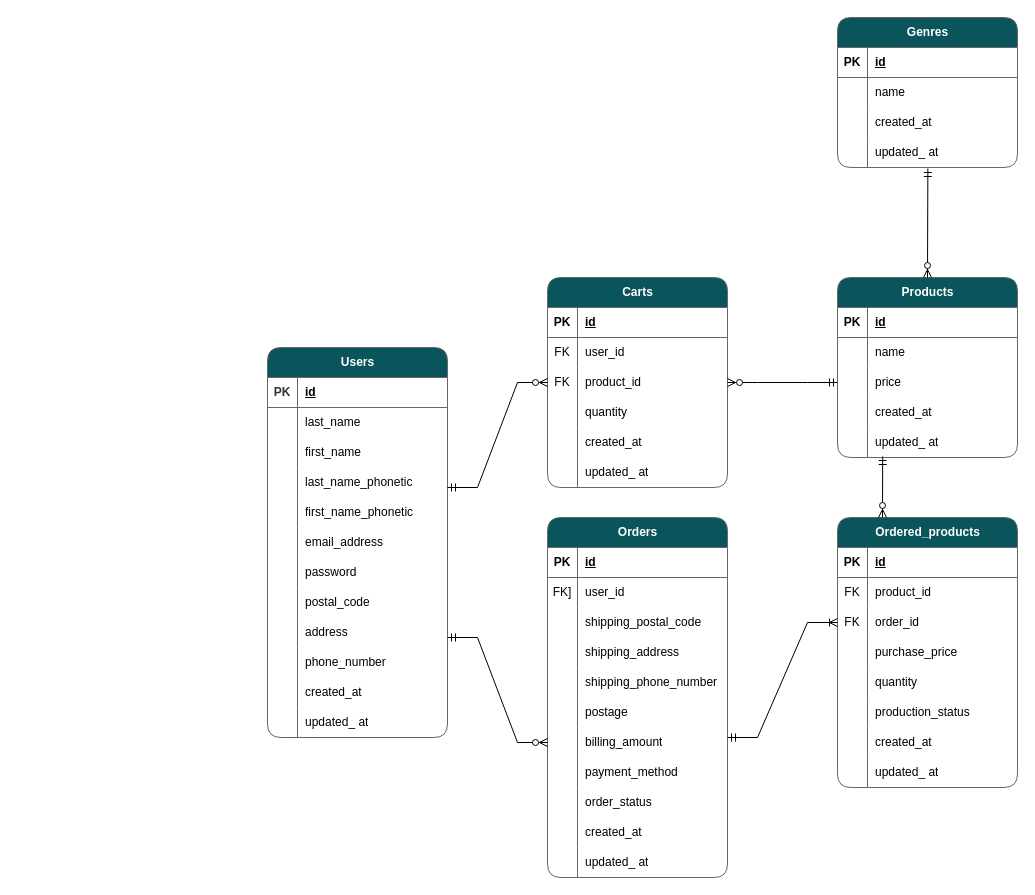
Before: Web_Project_ER図.drawio in shirohacha/Web_Project, a draw.io diagram. Source tidied: cells renumbered, new cells numbered last; positions are measured from the earlier drawing's top-left corner, leaving out a move shared by most shapes. Both pictures are drawn from the tidied source at 100%, with x=0, y=0 at pixel (267, 17).
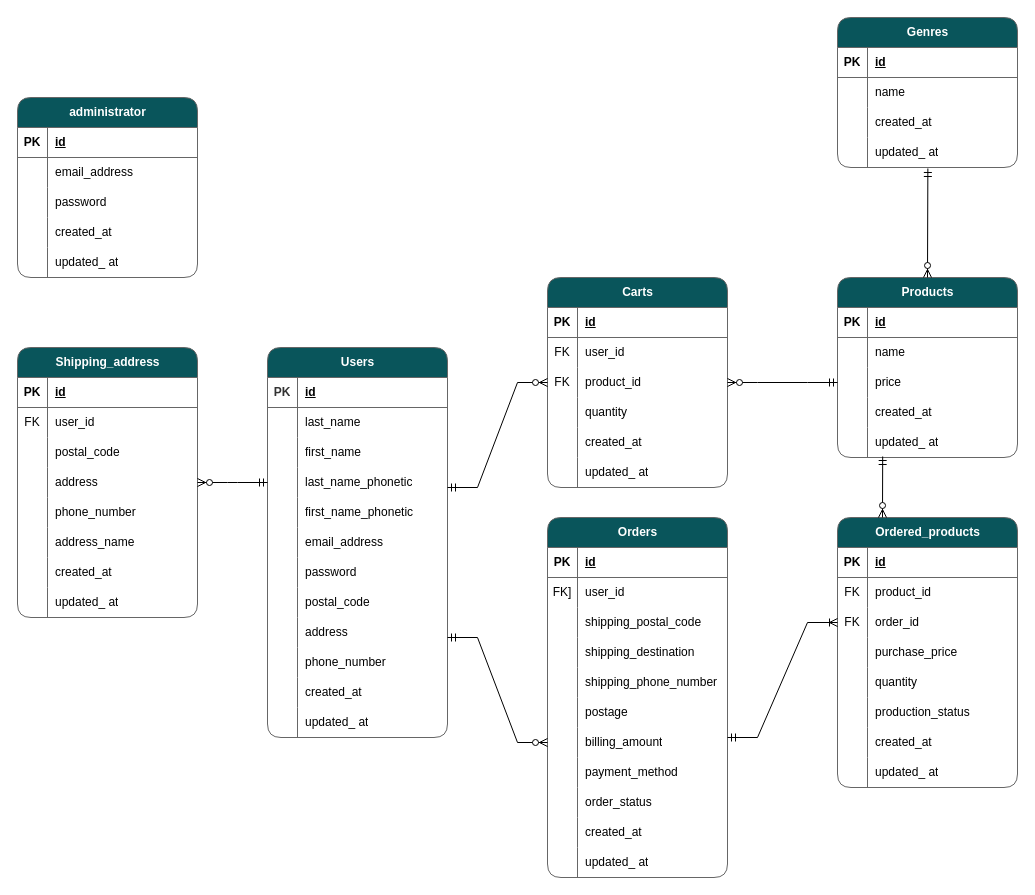
The same diagram, later.

Commit message (it also covers changes not shown here):
Web_Project_ER図.drawio を更新します

The change refers to these unchanged cells:
```xml
<mxCell id="12" style="shape=tableRow;horizontal=0;startSize=0;swimlaneHead=0;swimlaneBody=0;fillColor=none;points=[[0,0.5],[1,0.5]];portConstraint=eastwest;top=0;left=0;right=0;bottom=0;labelBackgroundColor=none;strokeColor=#666666;fontColor=#333333;swimlaneFillColor=#FFFFFF;" parent="2" vertex="1">
  <mxGeometry y="120" width="180" height="30" as="geometry" />
</mxCell>
<mxCell id="84" style="shape=tableRow;horizontal=0;startSize=0;swimlaneHead=0;swimlaneBody=0;fillColor=none;top=0;left=0;right=0;bottom=0;strokeColor=#666666;fontColor=#000000;" parent="74" vertex="1">
  <mxGeometry y="120" width="180" height="30" as="geometry" />
</mxCell>
```

The edit, as a diff of the source:
```diff
@@
-    <mxCell id="86" value="shipping_address" style="shape=partialRectangle;fillColor=none;top=0;left=0;bottom=0;right=0;align=left;spacingLeft=6;overflow=hidden;whiteSpace=wrap;html=1;strokeColor=#666666;fontColor=#000000;" parent="84" vertex="1">
+    <mxCell id="86" value="shipping_destination" style="shape=partialRectangle;fillColor=none;top=0;left=0;bottom=0;right=0;align=left;spacingLeft=6;overflow=hidden;whiteSpace=wrap;html=1;strokeColor=#666666;fontColor=#000000;" parent="84" vertex="1">
       <mxGeometry x="30" width="150" height="30" as="geometry" />
     </mxCell>
@@
+    <mxCell id="152" value="Shipping_address" style="shape=table;startSize=30;childLayout=tableLayout;rowLines=0;fontStyle=1;align=center;html=1;swimlaneFillColor=#FFFFFF;rounded=1;labelBackgroundColor=none;fillColor=#09555B;strokeColor=#666666;fontColor=#FFFFFF;" parent="1" vertex="1">
+      <mxGeometry x="-250" y="330" width="180" height="270" as="geometry" />
+    </mxCell>
+    <mxCell id="153" style="shape=tableRow;horizontal=0;startSize=0;swimlaneHead=0;swimlaneBody=0;fillColor=none;top=0;left=0;right=0;bottom=1;labelBackgroundColor=none;strokeColor=#666666;fontColor=#000000;swimlaneFillColor=#FFFFFF;" parent="152" vertex="1">
+      <mxGeometry y="30" width="180" height="30" as="geometry" />
+    </mxCell>
+    <mxCell id="154" value="PK" style="shape=partialRectangle;fillColor=none;top=0;left=0;bottom=0;right=0;fontStyle=1;overflow=hidden;whiteSpace=wrap;html=1;labelBackgroundColor=none;strokeColor=#666666;fontColor=#000000;swimlaneFillColor=#FFFFFF;" parent="153" vertex="1">
+      <mxGeometry width="30" height="30" as="geometry" />
+    </mxCell>
+    <mxCell id="155" value="id" style="shape=partialRectangle;fillColor=none;top=0;left=0;bottom=0;right=0;align=left;spacingLeft=6;fontStyle=5;overflow=hidden;whiteSpace=wrap;html=1;labelBackgroundColor=none;strokeColor=#666666;fontColor=#000000;swimlaneFillColor=#FFFFFF;" parent="153" vertex="1">
+      <mxGeometry x="30" width="150" height="30" as="geometry" />
+    </mxCell>
+    <mxCell id="156" style="shape=tableRow;horizontal=0;startSize=0;swimlaneHead=0;swimlaneBody=0;fillColor=none;top=0;left=0;right=0;bottom=0;labelBackgroundColor=none;strokeColor=#666666;fontColor=#000000;swimlaneFillColor=#FFFFFF;" parent="152" vertex="1">
+      <mxGeometry y="60" width="180" height="30" as="geometry" />
+    </mxCell>
+    <mxCell id="157" value="FK" style="shape=partialRectangle;fillColor=none;top=0;left=0;bottom=0;right=0;overflow=hidden;whiteSpace=wrap;html=1;labelBackgroundColor=none;strokeColor=#666666;fontColor=#000000;swimlaneFillColor=#FFFFFF;" parent="156" vertex="1">
+      <mxGeometry width="30" height="30" as="geometry" />
+    </mxCell>
+    <mxCell id="158" value="user_id" style="shape=partialRectangle;fillColor=none;top=0;left=0;bottom=0;right=0;align=left;spacingLeft=6;overflow=hidden;whiteSpace=wrap;html=1;labelBackgroundColor=none;strokeColor=#666666;fontColor=#000000;swimlaneFillColor=#FFFFFF;" parent="156" vertex="1">
+      <mxGeometry x="30" width="150" height="30" as="geometry" />
+    </mxCell>
+    <mxCell id="159" style="shape=tableRow;horizontal=0;startSize=0;swimlaneHead=0;swimlaneBody=0;fillColor=none;top=0;left=0;right=0;bottom=0;labelBackgroundColor=none;strokeColor=#666666;fontColor=#000000;swimlaneFillColor=#FFFFFF;" parent="152" vertex="1">
+      <mxGeometry y="90" width="180" height="30" as="geometry" />
+    </mxCell>
+    <mxCell id="160" style="shape=partialRectangle;fillColor=none;top=0;left=0;bottom=0;right=0;overflow=hidden;whiteSpace=wrap;html=1;labelBackgroundColor=none;strokeColor=#666666;fontColor=#000000;swimlaneFillColor=#FFFFFF;" parent="159" vertex="1">
+      <mxGeometry width="30" height="30" as="geometry" />
+    </mxCell>
+    <mxCell id="161" value="postal_code" style="shape=partialRectangle;fillColor=none;top=0;left=0;bottom=0;right=0;align=left;spacingLeft=6;overflow=hidden;whiteSpace=wrap;html=1;strokeColor=#666666;labelBackgroundColor=none;fontColor=#000000;swimlaneFillColor=#FFFFFF;strokeWidth=1;" parent="159" vertex="1">
+      <mxGeometry x="30" width="150" height="30" as="geometry" />
+    </mxCell>
+    <mxCell id="162" style="shape=tableRow;horizontal=0;startSize=0;swimlaneHead=0;swimlaneBody=0;fillColor=none;points=[[0,0.5],[1,0.5]];portConstraint=eastwest;top=0;left=0;right=0;bottom=0;labelBackgroundColor=none;strokeColor=#666666;fontColor=#000000;swimlaneFillColor=#FFFFFF;" parent="152" vertex="1">
+      <mxGeometry y="120" width="180" height="30" as="geometry" />
+    </mxCell>
+    <mxCell id="163" style="shape=partialRectangle;fillColor=none;top=0;left=0;bottom=0;right=0;overflow=hidden;whiteSpace=wrap;html=1;labelBackgroundColor=none;strokeColor=#666666;fontColor=#000000;swimlaneFillColor=#FFFFFF;" parent="162" vertex="1">
+      <mxGeometry width="30" height="30" as="geometry" />
+    </mxCell>
+    <mxCell id="164" value="address" style="shape=partialRectangle;fillColor=none;top=0;left=0;bottom=0;right=0;align=left;spacingLeft=6;overflow=hidden;whiteSpace=wrap;html=1;strokeColor=#666666;labelBackgroundColor=none;fontColor=#000000;swimlaneFillColor=#FFFFFF;strokeWidth=1;" parent="162" vertex="1">
+      <mxGeometry x="30" width="150" height="30" as="geometry" />
+    </mxCell>
+    <mxCell id="165" style="shape=tableRow;horizontal=0;startSize=0;swimlaneHead=0;swimlaneBody=0;fillColor=none;top=0;left=0;right=0;bottom=0;labelBackgroundColor=none;strokeColor=#666666;fontColor=#000000;swimlaneFillColor=#FFFFFF;" parent="152" vertex="1">
+      <mxGeometry y="150" width="180" height="30" as="geometry" />
+    </mxCell>
+    <mxCell id="166" style="shape=partialRectangle;fillColor=none;top=0;left=0;bottom=0;right=0;overflow=hidden;whiteSpace=wrap;html=1;labelBackgroundColor=none;strokeColor=#666666;fontColor=#000000;swimlaneFillColor=#FFFFFF;" parent="165" vertex="1">
+      <mxGeometry width="30" height="30" as="geometry" />
+    </mxCell>
+    <mxCell id="167" value="phone_number" style="shape=partialRectangle;fillColor=none;top=0;left=0;bottom=0;right=0;align=left;spacingLeft=6;overflow=hidden;whiteSpace=wrap;html=1;strokeColor=#666666;labelBackgroundColor=none;fontColor=#000000;swimlaneFillColor=#FFFFFF;strokeWidth=1;" parent="165" vertex="1">
+      <mxGeometry x="30" width="150" height="30" as="geometry" />
+    </mxCell>
+    <mxCell id="168" style="shape=tableRow;horizontal=0;startSize=0;swimlaneHead=0;swimlaneBody=0;fillColor=none;top=0;left=0;right=0;bottom=0;labelBackgroundColor=none;strokeColor=#666666;fontColor=#000000;swimlaneFillColor=#FFFFFF;" parent="152" vertex="1">
+      <mxGeometry y="180" width="180" height="30" as="geometry" />
+    </mxCell>
+    <mxCell id="169" style="shape=partialRectangle;fillColor=none;top=0;left=0;bottom=0;right=0;overflow=hidden;whiteSpace=wrap;html=1;labelBackgroundColor=none;strokeColor=#666666;fontColor=#000000;swimlaneFillColor=#FFFFFF;" parent="168" vertex="1">
+      <mxGeometry width="30" height="30" as="geometry" />
+    </mxCell>
+    <mxCell id="170" value="address_name" style="shape=partialRectangle;fillColor=none;top=0;left=0;bottom=0;right=0;align=left;spacingLeft=6;overflow=hidden;whiteSpace=wrap;html=1;strokeColor=#666666;labelBackgroundColor=none;fontColor=#000000;swimlaneFillColor=#FFFFFF;strokeWidth=1;" parent="168" vertex="1">
+      <mxGeometry x="30" width="150" height="30" as="geometry" />
+    </mxCell>
+    <mxCell id="171" style="shape=tableRow;horizontal=0;startSize=0;swimlaneHead=0;swimlaneBody=0;fillColor=none;top=0;left=0;right=0;bottom=0;labelBackgroundColor=none;strokeColor=#666666;fontColor=#000000;swimlaneFillColor=#FFFFFF;" parent="152" vertex="1">
+      <mxGeometry y="210" width="180" height="30" as="geometry" />
+    </mxCell>
+    <mxCell id="172" style="shape=partialRectangle;fillColor=none;top=0;left=0;bottom=0;right=0;overflow=hidden;whiteSpace=wrap;html=1;labelBackgroundColor=none;strokeColor=#666666;fontColor=#000000;swimlaneFillColor=#FFFFFF;" parent="171" vertex="1">
+      <mxGeometry width="30" height="30" as="geometry" />
+    </mxCell>
+    <mxCell id="173" value="created_at" style="shape=partialRectangle;fillColor=none;top=0;left=0;bottom=0;right=0;align=left;spacingLeft=6;overflow=hidden;whiteSpace=wrap;html=1;labelBackgroundColor=none;strokeColor=#666666;fontColor=#000000;swimlaneFillColor=#FFFFFF;" parent="171" vertex="1">
+      <mxGeometry x="30" width="150" height="30" as="geometry" />
+    </mxCell>
+    <mxCell id="174" style="shape=tableRow;horizontal=0;startSize=0;swimlaneHead=0;swimlaneBody=0;fillColor=none;top=0;left=0;right=0;bottom=0;labelBackgroundColor=none;strokeColor=#666666;fontColor=#000000;swimlaneFillColor=#FFFFFF;" parent="152" vertex="1">
+      <mxGeometry y="240" width="180" height="30" as="geometry" />
+    </mxCell>
+    <mxCell id="175" style="shape=partialRectangle;fillColor=none;top=0;left=0;bottom=0;right=0;overflow=hidden;whiteSpace=wrap;html=1;labelBackgroundColor=none;strokeColor=#666666;fontColor=#000000;swimlaneFillColor=#FFFFFF;" parent="174" vertex="1">
+      <mxGeometry width="30" height="30" as="geometry" />
+    </mxCell>
+    <mxCell id="176" value="updated_ at" style="shape=partialRectangle;fillColor=none;top=0;left=0;bottom=0;right=0;align=left;spacingLeft=6;overflow=hidden;whiteSpace=wrap;html=1;labelBackgroundColor=none;strokeColor=#666666;fontColor=#000000;swimlaneFillColor=#FFFFFF;" parent="174" vertex="1">
+      <mxGeometry x="30" width="150" height="30" as="geometry" />
+    </mxCell>
+    <mxCell id="177" style="edgeStyle=entityRelationEdgeStyle;fontSize=12;html=1;endArrow=ERzeroToMany;startArrow=ERmandOne;rounded=0;exitX=0;exitY=0.5;exitDx=0;exitDy=0;entryX=1;entryY=0.5;entryDx=0;entryDy=0;" parent="1" edge="1" source="12" target="162">
+      <mxGeometry relative="1" as="geometry">
+        <Array as="points">
+          <mxPoint x="-180" y="500" />
+          <mxPoint x="-140" y="350" />
+        </Array>
+      </mxGeometry>
+    </mxCell>
+    <mxCell id="178" value="administrator" style="shape=table;startSize=30;childLayout=tableLayout;rowLines=0;fontStyle=1;align=center;html=1;swimlaneFillColor=#FFFFFF;rounded=1;labelBackgroundColor=none;fillColor=#09555B;strokeColor=#666666;fontColor=#FFFFFF;" parent="1" vertex="1">
+      <mxGeometry x="-250" y="80" width="180" height="180" as="geometry" />
+    </mxCell>
+    <mxCell id="179" style="shape=tableRow;horizontal=0;startSize=0;swimlaneHead=0;swimlaneBody=0;fillColor=none;top=0;left=0;right=0;bottom=1;labelBackgroundColor=none;strokeColor=#666666;fontColor=#000000;swimlaneFillColor=#FFFFFF;" parent="178" vertex="1">
+      <mxGeometry y="30" width="180" height="30" as="geometry" />
+    </mxCell>
+    <mxCell id="180" value="PK" style="shape=partialRectangle;fillColor=none;top=0;left=0;bottom=0;right=0;fontStyle=1;overflow=hidden;whiteSpace=wrap;html=1;labelBackgroundColor=none;strokeColor=#666666;fontColor=#000000;swimlaneFillColor=#FFFFFF;" parent="179" vertex="1">
+      <mxGeometry width="30" height="30" as="geometry" />
+    </mxCell>
+    <mxCell id="181" value="id" style="shape=partialRectangle;fillColor=none;top=0;left=0;bottom=0;right=0;align=left;spacingLeft=6;fontStyle=5;overflow=hidden;whiteSpace=wrap;html=1;labelBackgroundColor=none;strokeColor=#666666;fontColor=#000000;swimlaneFillColor=#FFFFFF;" parent="179" vertex="1">
+      <mxGeometry x="30" width="150" height="30" as="geometry" />
+    </mxCell>
+    <mxCell id="182" style="shape=tableRow;horizontal=0;startSize=0;swimlaneHead=0;swimlaneBody=0;fillColor=none;top=0;left=0;right=0;bottom=0;labelBackgroundColor=none;strokeColor=#666666;fontColor=#000000;swimlaneFillColor=#FFFFFF;" parent="178" vertex="1">
+      <mxGeometry y="60" width="180" height="30" as="geometry" />
+    </mxCell>
+    <mxCell id="183" style="shape=partialRectangle;fillColor=none;top=0;left=0;bottom=0;right=0;overflow=hidden;whiteSpace=wrap;html=1;labelBackgroundColor=none;strokeColor=#666666;fontColor=#000000;swimlaneFillColor=#FFFFFF;" parent="182" vertex="1">
+      <mxGeometry width="30" height="30" as="geometry" />
+    </mxCell>
+    <mxCell id="184" value="email_address" style="shape=partialRectangle;fillColor=none;top=0;left=0;bottom=0;right=0;align=left;spacingLeft=6;overflow=hidden;whiteSpace=wrap;html=1;labelBackgroundColor=none;strokeColor=#666666;fontColor=#000000;swimlaneFillColor=#FFFFFF;" parent="182" vertex="1">
+      <mxGeometry x="30" width="150" height="30" as="geometry" />
+    </mxCell>
+    <mxCell id="185" style="shape=tableRow;horizontal=0;startSize=0;swimlaneHead=0;swimlaneBody=0;fillColor=none;top=0;left=0;right=0;bottom=0;labelBackgroundColor=none;strokeColor=#666666;fontColor=#000000;swimlaneFillColor=#FFFFFF;" parent="178" vertex="1">
+      <mxGeometry y="90" width="180" height="30" as="geometry" />
+    </mxCell>
+    <mxCell id="186" style="shape=partialRectangle;fillColor=none;top=0;left=0;bottom=0;right=0;overflow=hidden;whiteSpace=wrap;html=1;labelBackgroundColor=none;strokeColor=#666666;fontColor=#000000;swimlaneFillColor=#FFFFFF;" parent="185" vertex="1">
+      <mxGeometry width="30" height="30" as="geometry" />
+    </mxCell>
+    <mxCell id="187" value="password" style="shape=partialRectangle;fillColor=none;top=0;left=0;bottom=0;right=0;align=left;spacingLeft=6;overflow=hidden;whiteSpace=wrap;html=1;strokeColor=#666666;labelBackgroundColor=none;fontColor=#000000;swimlaneFillColor=#FFFFFF;strokeWidth=1;" parent="185" vertex="1">
+      <mxGeometry x="30" width="150" height="30" as="geometry" />
+    </mxCell>
+    <mxCell id="188" style="shape=tableRow;horizontal=0;startSize=0;swimlaneHead=0;swimlaneBody=0;fillColor=none;top=0;left=0;right=0;bottom=0;labelBackgroundColor=none;strokeColor=#666666;fontColor=#000000;swimlaneFillColor=#FFFFFF;" parent="178" vertex="1">
+      <mxGeometry y="120" width="180" height="30" as="geometry" />
+    </mxCell>
+    <mxCell id="189" style="shape=partialRectangle;fillColor=none;top=0;left=0;bottom=0;right=0;overflow=hidden;whiteSpace=wrap;html=1;labelBackgroundColor=none;strokeColor=#666666;fontColor=#000000;swimlaneFillColor=#FFFFFF;" parent="188" vertex="1">
+      <mxGeometry width="30" height="30" as="geometry" />
+    </mxCell>
+    <mxCell id="190" value="created_at" style="shape=partialRectangle;fillColor=none;top=0;left=0;bottom=0;right=0;align=left;spacingLeft=6;overflow=hidden;whiteSpace=wrap;html=1;labelBackgroundColor=none;strokeColor=#666666;fontColor=#000000;swimlaneFillColor=#FFFFFF;" parent="188" vertex="1">
+      <mxGeometry x="30" width="150" height="30" as="geometry" />
+    </mxCell>
+    <mxCell id="191" style="shape=tableRow;horizontal=0;startSize=0;swimlaneHead=0;swimlaneBody=0;fillColor=none;top=0;left=0;right=0;bottom=0;labelBackgroundColor=none;strokeColor=#666666;fontColor=#000000;swimlaneFillColor=#FFFFFF;" parent="178" vertex="1">
+      <mxGeometry y="150" width="180" height="30" as="geometry" />
+    </mxCell>
+    <mxCell id="192" style="shape=partialRectangle;fillColor=none;top=0;left=0;bottom=0;right=0;overflow=hidden;whiteSpace=wrap;html=1;labelBackgroundColor=none;strokeColor=#666666;fontColor=#000000;swimlaneFillColor=#FFFFFF;" parent="191" vertex="1">
+      <mxGeometry width="30" height="30" as="geometry" />
+    </mxCell>
+    <mxCell id="193" value="updated_ at" style="shape=partialRectangle;fillColor=none;top=0;left=0;bottom=0;right=0;align=left;spacingLeft=6;overflow=hidden;whiteSpace=wrap;html=1;labelBackgroundColor=none;strokeColor=#666666;fontColor=#000000;swimlaneFillColor=#FFFFFF;" parent="191" vertex="1">
+      <mxGeometry x="30" width="150" height="30" as="geometry" />
+    </mxCell>
```
